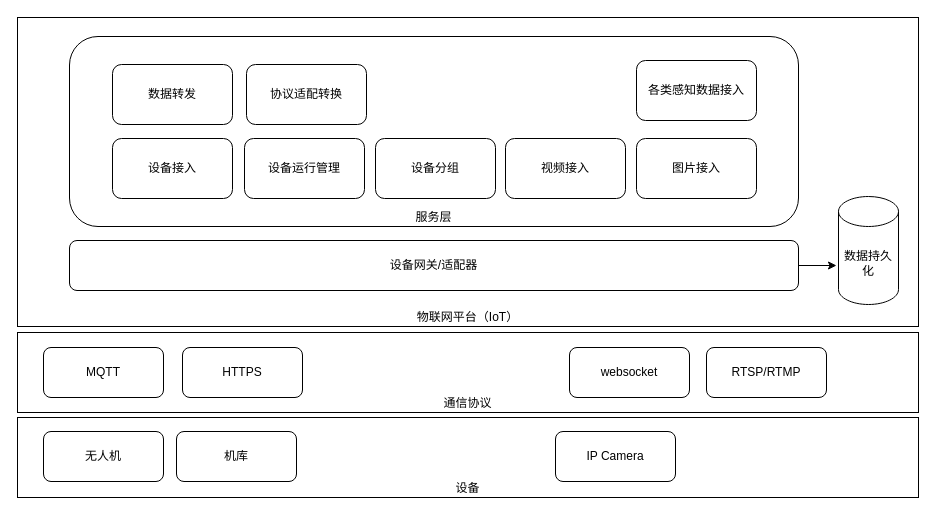
The draw.io diagram IOT构思.drawio in yangchenyu/micro-service, before the edit. Source tidied: cells renumbered, new cells numbered last; positions are measured from the earlier drawing's top-left corner, leaving out a move shared by most shapes. Both pictures are drawn from the tidied source at 100%, with x=0, y=0 at pixel (17, 17).
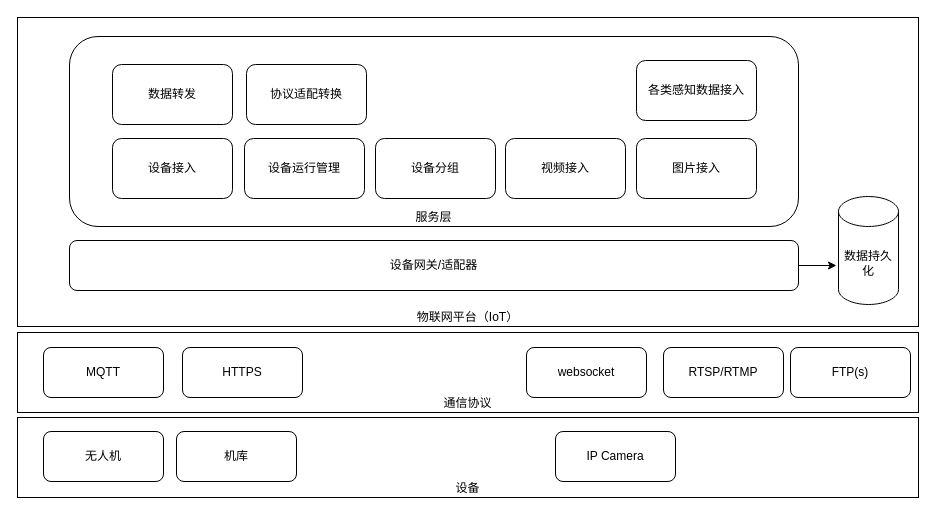
After the change.

What changed in the source:
```diff
@@
     <mxCell id="15" value="websocket" style="rounded=1;whiteSpace=wrap;html=1;" parent="1" vertex="1">
-      <mxGeometry x="552" y="330" width="120" height="50" as="geometry" />
+      <mxGeometry x="509" y="330" width="120" height="50" as="geometry" />
     </mxCell>
     <mxCell id="16" value="RTSP/RTMP" style="rounded=1;whiteSpace=wrap;html=1;" parent="1" vertex="1">
-      <mxGeometry x="689" y="330" width="120" height="50" as="geometry" />
+      <mxGeometry x="646" y="330" width="120" height="50" as="geometry" />
     </mxCell>
@@
+    <mxCell id="24" value="FTP(s)" style="rounded=1;whiteSpace=wrap;html=1;" parent="1" vertex="1">
+      <mxGeometry x="773" y="330" width="120" height="50" as="geometry" />
+    </mxCell>
```
